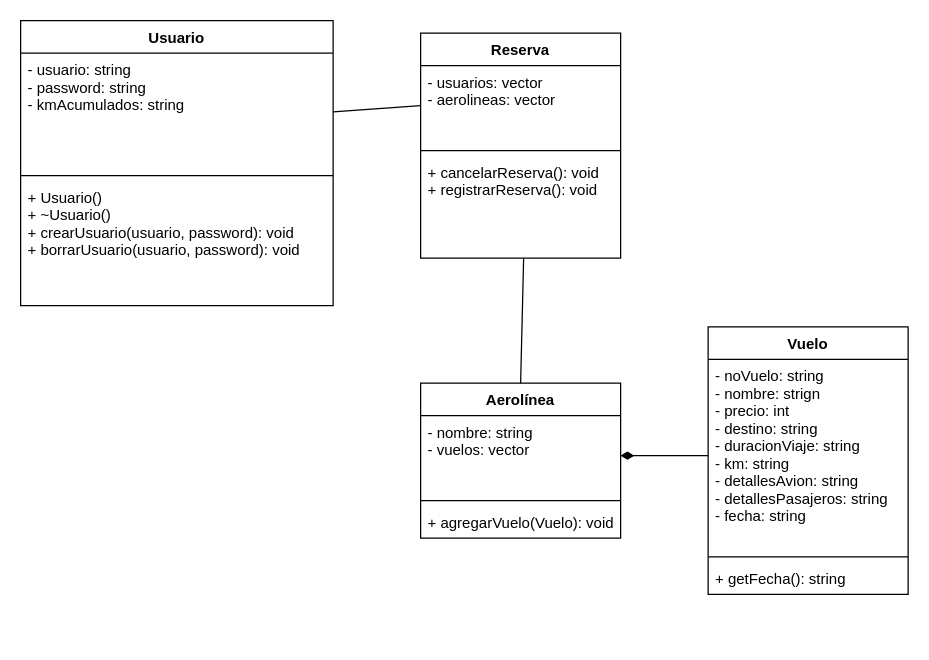
Above: Proyecto/diagrama.drawio in AlexaBF/OOP (draw.io), before the change. Source tidied: cells renumbered, new cells numbered last; positions are measured from the earlier drawing's top-left corner, leaving out a move shared by most shapes. Both pictures are drawn from the tidied source at 125%, with x=0, y=0 at pixel (20, 20).
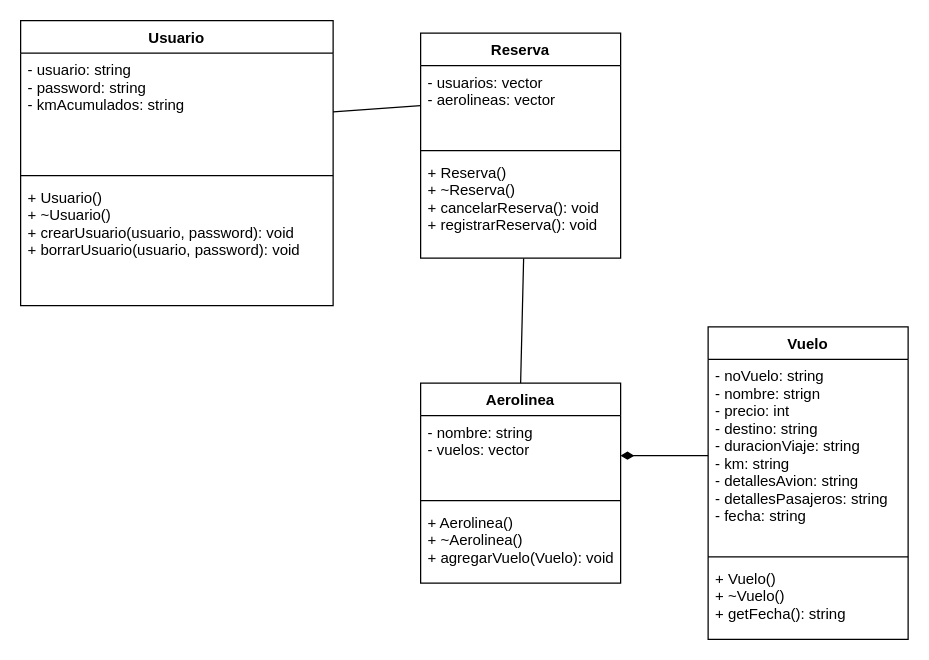
The same page after the edit.

The change refers to these unchanged cells:
```xml
<mxCell id="14" value="Reserva" style="swimlane;fontStyle=1;align=center;verticalAlign=top;horizontal=1;startSize=26;" parent="1" vertex="1">
  <mxGeometry x="320" y="10" width="160" height="180" as="geometry" />
</mxCell>
```

Diff of the diagram source:
```diff
@@
-    <mxCell id="6" value="Aerolínea" style="swimlane;fontStyle=1;align=center;verticalAlign=top;horizontal=1;startSize=26;" parent="1" vertex="1">
-      <mxGeometry x="320" y="290" width="160" height="124" as="geometry" />
+    <mxCell id="6" value="Aerolinea" style="swimlane;fontStyle=1;align=center;verticalAlign=top;horizontal=1;startSize=26;" parent="1" vertex="1">
+      <mxGeometry x="320" y="290" width="160" height="160" as="geometry" />
     </mxCell>
@@
-    <mxCell id="9" value="+ agregarVuelo(Vuelo): void" style="text;strokeColor=none;fillColor=none;align=left;verticalAlign=top;spacingLeft=4;spacingRight=4;overflow=hidden;" parent="6" vertex="1">
-      <mxGeometry y="98" width="160" height="26" as="geometry" />
+    <mxCell id="9" value="+ Aerolinea()&#10;+ ~Aerolinea()&#10;+ agregarVuelo(Vuelo): void" style="text;strokeColor=none;fillColor=none;align=left;verticalAlign=top;spacingLeft=4;spacingRight=4;overflow=hidden;" parent="6" vertex="1">
+      <mxGeometry y="98" width="160" height="62" as="geometry" />
     </mxCell>
     <mxCell id="10" value="Vuelo" style="swimlane;fontStyle=1;align=center;verticalAlign=top;horizontal=1;startSize=26;" parent="1" vertex="1">
-      <mxGeometry x="550" y="245" width="160" height="214" as="geometry" />
+      <mxGeometry x="550" y="245" width="160" height="250" as="geometry" />
     </mxCell>
@@
-    <mxCell id="13" value="+ getFecha(): string" style="text;strokeColor=none;fillColor=none;align=left;verticalAlign=top;spacingLeft=4;spacingRight=4;overflow=hidden;" parent="10" vertex="1">
-      <mxGeometry y="188" width="160" height="26" as="geometry" />
+    <mxCell id="13" value="+ Vuelo()&#10;+ ~Vuelo()&#10;+ getFecha(): string" style="text;strokeColor=none;fillColor=none;align=left;verticalAlign=top;spacingLeft=4;spacingRight=4;overflow=hidden;" parent="10" vertex="1">
+      <mxGeometry y="188" width="160" height="62" as="geometry" />
     </mxCell>
@@
-    <mxCell id="17" value="+ cancelarReserva(): void&#10;+ registrarReserva(): void" style="text;strokeColor=none;fillColor=none;align=left;verticalAlign=top;spacingLeft=4;spacingRight=4;overflow=hidden;points=[[0,0.5],[1,0.5]];portConstraint=eastwest;" parent="14" vertex="1">
+    <mxCell id="17" value="+ Reserva()&#10;+ ~Reserva()&#10;+ cancelarReserva(): void&#10;+ registrarReserva(): void" style="text;strokeColor=none;fillColor=none;align=left;verticalAlign=top;spacingLeft=4;spacingRight=4;overflow=hidden;points=[[0,0.5],[1,0.5]];portConstraint=eastwest;" parent="14" vertex="1">
       <mxGeometry y="98" width="160" height="82" as="geometry" />
     </mxCell>
```
